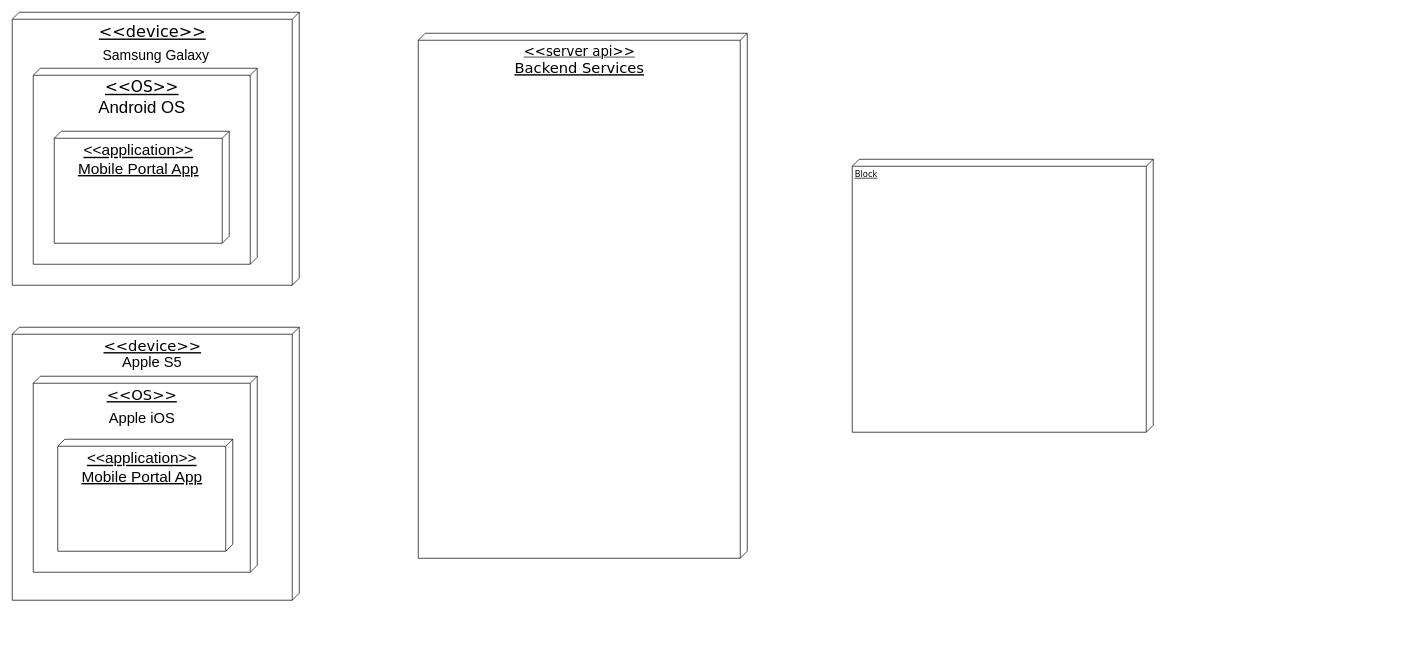
SahanChan/x keeps this draw.io diagram as testDir/Untitled Diagram.drawio. Above is the earlier version. Source tidied: cells renumbered, new cells numbered last; positions are measured from the earlier drawing's top-left corner, leaving out a move shared by most shapes. Both pictures are drawn from the tidied source at 70%, with x=0, y=0 at pixel (12, 12).
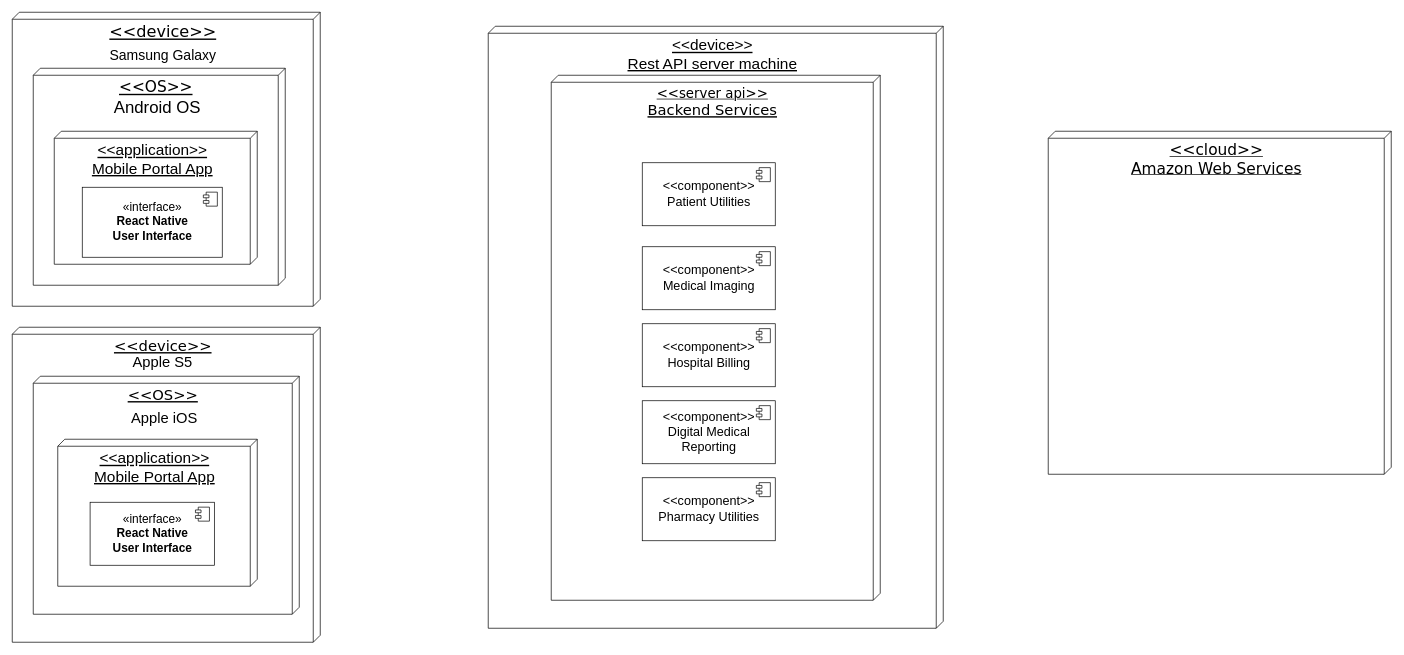
The same page after the edit.

The edit, as a diff of the source:
```diff
@@
+    <mxCell id="14" value="&lt;div style=&quot;font-size: 22px&quot;&gt;&lt;font style=&quot;font-size: 22px&quot;&gt;&amp;lt;&amp;lt;device&amp;gt;&amp;gt;&lt;/font&gt;&lt;/div&gt;&lt;div style=&quot;font-size: 22px&quot;&gt;&lt;font style=&quot;font-size: 22px&quot;&gt;Rest API server machine&lt;br&gt;&lt;/font&gt;&lt;/div&gt;" style="verticalAlign=top;align=center;spacingTop=8;spacingLeft=2;spacingRight=12;shape=cube;size=10;direction=south;fontStyle=4;html=1;" parent="1" vertex="1">
+      <mxGeometry x="680" y="20" width="650" height="860" as="geometry" />
+    </mxCell>
     <mxCell id="2" value="&lt;div&gt;&lt;font style=&quot;font-size: 19px&quot;&gt;&amp;lt;&amp;lt;server api&amp;gt;&amp;gt;&lt;/font&gt;&lt;br&gt;&lt;/div&gt;&lt;div style=&quot;font-size: 21px&quot; align=&quot;center&quot;&gt;&lt;font style=&quot;font-size: 21px&quot;&gt;Backend Services&lt;/font&gt;&lt;/div&gt;" style="verticalAlign=top;align=center;spacingTop=8;spacingLeft=2;spacingRight=12;shape=cube;size=10;direction=south;fontStyle=4;html=1;rounded=0;shadow=0;comic=0;labelBackgroundColor=none;strokeWidth=1;fontFamily=Verdana;fontSize=12;" parent="1" vertex="1">
-      <mxGeometry x="580" y="30" width="470" height="750" as="geometry" />
+      <mxGeometry x="770" y="90" width="470" height="750" as="geometry" />
     </mxCell>
-    <mxCell id="3" value="Block" style="verticalAlign=top;align=left;spacingTop=8;spacingLeft=2;spacingRight=12;shape=cube;size=10;direction=south;fontStyle=4;html=1;rounded=0;shadow=0;comic=0;labelBackgroundColor=none;strokeWidth=1;fontFamily=Verdana;fontSize=12;" parent="1" vertex="1">
-      <mxGeometry x="1200" y="210" width="430" height="390" as="geometry" />
+    <mxCell id="3" value="&lt;div align=&quot;center&quot;&gt;&lt;font style=&quot;font-size: 22px&quot;&gt;&amp;lt;&amp;lt;cloud&amp;gt;&amp;gt;&lt;/font&gt;&lt;/div&gt;&lt;div align=&quot;center&quot;&gt;&lt;font style=&quot;font-size: 22px&quot;&gt;Amazon Web Services&lt;br&gt;&lt;/font&gt;&lt;/div&gt;" style="verticalAlign=top;align=center;spacingTop=8;spacingLeft=2;spacingRight=12;shape=cube;size=10;direction=south;fontStyle=4;html=1;rounded=0;shadow=0;comic=0;labelBackgroundColor=none;strokeWidth=1;fontFamily=Verdana;fontSize=12;" parent="1" vertex="1">
+      <mxGeometry x="1480" y="170" width="490" height="490" as="geometry" />
     </mxCell>
     <mxCell id="4" value="&lt;div style=&quot;font-size: 23px&quot; align=&quot;center&quot;&gt;&lt;font style=&quot;font-size: 23px&quot;&gt;&amp;lt;&amp;lt;device&amp;gt;&amp;gt;&lt;/font&gt;&lt;/div&gt;&lt;div style=&quot;font-size: 23px&quot; align=&quot;center&quot;&gt;&lt;font style=&quot;font-size: 23px&quot;&gt;&lt;br&gt;&lt;/font&gt;&lt;/div&gt;" style="verticalAlign=top;align=center;spacingTop=8;spacingLeft=2;spacingRight=12;shape=cube;size=10;direction=south;fontStyle=4;html=1;rounded=0;shadow=0;comic=0;labelBackgroundColor=none;strokeWidth=1;fontFamily=Verdana;fontSize=12;" parent="1" vertex="1">
-      <mxGeometry width="410" height="390" as="geometry" />
+      <mxGeometry width="440" height="420" as="geometry" />
     </mxCell>
     <mxCell id="5" value="&lt;div style=&quot;font-size: 22px&quot; align=&quot;center&quot;&gt;&lt;font style=&quot;font-size: 22px&quot;&gt;&amp;lt;&amp;lt;OS&amp;gt;&amp;gt;&lt;/font&gt;&lt;/div&gt;&lt;div style=&quot;font-size: 22px&quot; align=&quot;center&quot;&gt;&lt;font style=&quot;font-size: 22px&quot;&gt;&lt;br&gt;&lt;/font&gt;&lt;/div&gt;" style="verticalAlign=top;align=center;spacingTop=8;spacingLeft=2;spacingRight=12;shape=cube;size=10;direction=south;fontStyle=4;html=1;rounded=0;shadow=0;comic=0;labelBackgroundColor=none;strokeWidth=1;fontFamily=Verdana;fontSize=12;" parent="1" vertex="1">
-      <mxGeometry x="30" y="80" width="320" height="280" as="geometry" />
+      <mxGeometry x="30" y="80" width="360" height="310" as="geometry" />
     </mxCell>
     <mxCell id="6" value="&lt;div style=&quot;font-size: 24px&quot;&gt;&lt;font style=&quot;font-size: 24px&quot;&gt;Android OS&lt;/font&gt;&lt;/div&gt;&lt;div style=&quot;font-size: 24px&quot;&gt;&lt;font style=&quot;font-size: 24px&quot;&gt;&lt;br&gt;&lt;/font&gt;&lt;/div&gt;" style="text;html=1;strokeColor=none;fillColor=none;align=center;verticalAlign=middle;whiteSpace=wrap;rounded=0;" parent="1" vertex="1">
-      <mxGeometry x="102.5" y="140" width="165" height="20" as="geometry" />
+      <mxGeometry x="125" y="140" width="165" height="20" as="geometry" />
     </mxCell>
     <mxCell id="7" value="&lt;font style=&quot;font-size: 20px&quot;&gt;Samsung Galaxy&lt;/font&gt;" style="text;html=1;strokeColor=none;fillColor=none;align=center;verticalAlign=middle;whiteSpace=wrap;rounded=0;" parent="1" vertex="1">
-      <mxGeometry x="112.5" y="50" width="185" height="20" as="geometry" />
+      <mxGeometry x="122.5" y="50" width="185" height="20" as="geometry" />
     </mxCell>
     <mxCell id="8" value="&lt;div style=&quot;font-size: 21px&quot; align=&quot;center&quot;&gt;&lt;font style=&quot;font-size: 21px&quot;&gt;&amp;lt;&amp;lt;device&amp;gt;&amp;gt;&lt;/font&gt;&lt;/div&gt;&lt;div style=&quot;font-size: 21px&quot; align=&quot;center&quot;&gt;&lt;font style=&quot;font-size: 21px&quot;&gt;&lt;br&gt;&lt;/font&gt;&lt;/div&gt;" style="verticalAlign=top;align=center;spacingTop=8;spacingLeft=2;spacingRight=12;shape=cube;size=10;direction=south;fontStyle=4;html=1;rounded=0;shadow=0;comic=0;labelBackgroundColor=none;strokeWidth=1;fontFamily=Verdana;fontSize=12;" parent="1" vertex="1">
-      <mxGeometry y="450" width="410" height="390" as="geometry" />
+      <mxGeometry y="450" width="440" height="450" as="geometry" />
     </mxCell>
     <mxCell id="9" value="&lt;div style=&quot;font-size: 21px&quot; align=&quot;center&quot;&gt;&lt;font style=&quot;font-size: 21px&quot;&gt;&amp;lt;&amp;lt;OS&amp;gt;&amp;gt;&lt;/font&gt;&lt;/div&gt;&lt;div style=&quot;font-size: 21px&quot; align=&quot;center&quot;&gt;&lt;font style=&quot;font-size: 21px&quot;&gt;&lt;br&gt;&lt;/font&gt;&lt;/div&gt;" style="verticalAlign=top;align=center;spacingTop=8;spacingLeft=2;spacingRight=12;shape=cube;size=10;direction=south;fontStyle=4;html=1;rounded=0;shadow=0;comic=0;labelBackgroundColor=none;strokeWidth=1;fontFamily=Verdana;fontSize=12;" parent="1" vertex="1">
-      <mxGeometry x="30" y="520" width="320" height="280" as="geometry" />
+      <mxGeometry x="30" y="520" width="380" height="340" as="geometry" />
     </mxCell>
     <mxCell id="10" value="&lt;font style=&quot;font-size: 21px&quot;&gt;Apple iOS&lt;/font&gt;" style="text;html=1;strokeColor=none;fillColor=none;align=center;verticalAlign=middle;whiteSpace=wrap;rounded=0;" parent="1" vertex="1">
-      <mxGeometry x="127.5" y="570" width="115" height="20" as="geometry" />
+      <mxGeometry x="160" y="570" width="115" height="20" as="geometry" />
     </mxCell>
     <mxCell id="11" value="&lt;font style=&quot;font-size: 21px&quot;&gt;Apple S5&lt;/font&gt;" style="text;html=1;strokeColor=none;fillColor=none;align=center;verticalAlign=middle;whiteSpace=wrap;rounded=0;" parent="1" vertex="1">
-      <mxGeometry x="145" y="490" width="110" height="20" as="geometry" />
+      <mxGeometry x="160" y="490" width="110" height="20" as="geometry" />
     </mxCell>
     <mxCell id="12" value="&lt;div style=&quot;font-size: 22px&quot; align=&quot;center&quot;&gt;&lt;font style=&quot;font-size: 22px&quot;&gt;&amp;lt;&amp;lt;application&amp;gt;&amp;gt;&lt;/font&gt;&lt;/div&gt;&lt;div style=&quot;font-size: 22px&quot; align=&quot;center&quot;&gt;&lt;font style=&quot;font-size: 22px&quot;&gt;Mobile Portal App&lt;/font&gt;&lt;/div&gt;&lt;div style=&quot;font-size: 22px&quot; align=&quot;center&quot;&gt;&lt;font style=&quot;font-size: 22px&quot;&gt;&lt;br&gt;&lt;/font&gt;&lt;/div&gt;" style="verticalAlign=top;align=center;spacingTop=8;spacingLeft=2;spacingRight=12;shape=cube;size=10;direction=south;fontStyle=4;html=1;" parent="1" vertex="1">
-      <mxGeometry x="60" y="170" width="250" height="160" as="geometry" />
+      <mxGeometry x="60" y="170" width="290" height="190" as="geometry" />
     </mxCell>
     <mxCell id="13" value="&lt;div style=&quot;font-size: 22px&quot; align=&quot;center&quot;&gt;&lt;font style=&quot;font-size: 22px&quot;&gt;&amp;lt;&amp;lt;application&amp;gt;&amp;gt;&lt;/font&gt;&lt;/div&gt;&lt;div style=&quot;font-size: 22px&quot; align=&quot;center&quot;&gt;&lt;font style=&quot;font-size: 22px&quot;&gt;Mobile Portal App&lt;/font&gt;&lt;/div&gt;&lt;div style=&quot;font-size: 22px&quot; align=&quot;center&quot;&gt;&lt;font style=&quot;font-size: 22px&quot;&gt;&lt;br&gt;&lt;/font&gt;&lt;/div&gt;" style="verticalAlign=top;align=center;spacingTop=8;spacingLeft=2;spacingRight=12;shape=cube;size=10;direction=south;fontStyle=4;html=1;" parent="1" vertex="1">
-      <mxGeometry x="65" y="610" width="250" height="160" as="geometry" />
+      <mxGeometry x="65" y="610" width="285" height="210" as="geometry" />
     </mxCell>
+    <mxCell id="15" value="&lt;div style=&quot;font-size: 18px&quot;&gt;&lt;font style=&quot;font-size: 18px&quot;&gt;&amp;lt;&amp;lt;component&amp;gt;&amp;gt;&lt;/font&gt;&lt;/div&gt;&lt;div style=&quot;font-size: 18px&quot;&gt;&lt;font style=&quot;font-size: 18px&quot;&gt;Patient Utilities&lt;br&gt;&lt;/font&gt;&lt;/div&gt;" style="html=1;" parent="1" vertex="1">
+      <mxGeometry x="900" y="215" width="190" height="90" as="geometry" />
+    </mxCell>
+    <mxCell id="16" style="shape=module;jettyWidth=8;jettyHeight=4;" parent="15" vertex="1">
+      <mxGeometry x="1" width="20" height="20" relative="1" as="geometry">
+        <mxPoint x="-27" y="7" as="offset" />
+      </mxGeometry>
+    </mxCell>
+    <mxCell id="17" value="&lt;div style=&quot;font-size: 18px&quot;&gt;&lt;font style=&quot;font-size: 18px&quot;&gt;&amp;lt;&amp;lt;component&amp;gt;&amp;gt;&lt;/font&gt;&lt;/div&gt;&lt;div style=&quot;font-size: 18px&quot;&gt;&lt;font style=&quot;font-size: 18px&quot;&gt;Medical Imaging&lt;br&gt;&lt;/font&gt;&lt;/div&gt;" style="html=1;" parent="1" vertex="1">
+      <mxGeometry x="900" y="335" width="190" height="90" as="geometry" />
+    </mxCell>
+    <mxCell id="18" style="shape=module;jettyWidth=8;jettyHeight=4;" parent="17" vertex="1">
+      <mxGeometry x="1" width="20" height="20" relative="1" as="geometry">
+        <mxPoint x="-27" y="7" as="offset" />
+      </mxGeometry>
+    </mxCell>
+    <mxCell id="19" value="&lt;div style=&quot;font-size: 18px&quot;&gt;&lt;font style=&quot;font-size: 18px&quot;&gt;&amp;lt;&amp;lt;component&amp;gt;&amp;gt;&lt;/font&gt;&lt;/div&gt;&lt;div style=&quot;font-size: 18px&quot;&gt;&lt;font style=&quot;font-size: 18px&quot;&gt;Hospital Billing&lt;br&gt;&lt;/font&gt;&lt;/div&gt;" style="html=1;" parent="1" vertex="1">
+      <mxGeometry x="900" y="445" width="190" height="90" as="geometry" />
+    </mxCell>
+    <mxCell id="20" style="shape=module;jettyWidth=8;jettyHeight=4;" parent="19" vertex="1">
+      <mxGeometry x="1" width="20" height="20" relative="1" as="geometry">
+        <mxPoint x="-27" y="7" as="offset" />
+      </mxGeometry>
+    </mxCell>
+    <mxCell id="21" value="&lt;div style=&quot;font-size: 18px&quot;&gt;&lt;font style=&quot;font-size: 18px&quot;&gt;&amp;lt;&amp;lt;component&amp;gt;&amp;gt;&lt;/font&gt;&lt;/div&gt;&lt;div style=&quot;font-size: 18px&quot;&gt;&lt;font style=&quot;font-size: 18px&quot;&gt;Digital Medical&lt;/font&gt;&lt;/div&gt;&lt;div style=&quot;font-size: 18px&quot;&gt;&lt;font style=&quot;font-size: 18px&quot;&gt;Reporting&lt;br&gt;&lt;/font&gt;&lt;/div&gt;" style="html=1;" parent="1" vertex="1">
+      <mxGeometry x="900" y="555" width="190" height="90" as="geometry" />
+    </mxCell>
+    <mxCell id="22" style="shape=module;jettyWidth=8;jettyHeight=4;" parent="21" vertex="1">
+      <mxGeometry x="1" width="20" height="20" relative="1" as="geometry">
+        <mxPoint x="-27" y="7" as="offset" />
+      </mxGeometry>
+    </mxCell>
+    <mxCell id="23" value="&lt;div style=&quot;font-size: 18px&quot;&gt;&lt;font style=&quot;font-size: 18px&quot;&gt;&amp;lt;&amp;lt;component&amp;gt;&amp;gt;&lt;/font&gt;&lt;/div&gt;&lt;div style=&quot;font-size: 18px&quot;&gt;&lt;font style=&quot;font-size: 18px&quot;&gt;Pharmacy Utilities&lt;br&gt;&lt;/font&gt;&lt;/div&gt;" style="html=1;" parent="1" vertex="1">
+      <mxGeometry x="900" y="665" width="190" height="90" as="geometry" />
+    </mxCell>
+    <mxCell id="24" style="shape=module;jettyWidth=8;jettyHeight=4;" parent="23" vertex="1">
+      <mxGeometry x="1" width="20" height="20" relative="1" as="geometry">
+        <mxPoint x="-27" y="7" as="offset" />
+      </mxGeometry>
+    </mxCell>
+    <mxCell id="25" value="&lt;div style=&quot;font-size: 17px&quot;&gt;&lt;font style=&quot;font-size: 17px&quot;&gt;«interface»&lt;/font&gt;&lt;/div&gt;&lt;div style=&quot;font-size: 17px&quot;&gt;&lt;font style=&quot;font-size: 17px&quot;&gt;&lt;b&gt;React Native &lt;br&gt;&lt;/b&gt;&lt;/font&gt;&lt;/div&gt;&lt;div style=&quot;font-size: 17px&quot;&gt;&lt;font style=&quot;font-size: 17px&quot;&gt;&lt;b&gt;User Interface&lt;/b&gt;&lt;br&gt;&lt;/font&gt;&lt;/div&gt;" style="html=1;" parent="1" vertex="1">
+      <mxGeometry x="100" y="250" width="200" height="100" as="geometry" />
+    </mxCell>
+    <mxCell id="26" style="shape=module;jettyWidth=8;jettyHeight=4;" parent="25" vertex="1">
+      <mxGeometry x="1" width="20" height="20" relative="1" as="geometry">
+        <mxPoint x="-27" y="7" as="offset" />
+      </mxGeometry>
+    </mxCell>
+    <mxCell id="27" value="&lt;div style=&quot;font-size: 17px&quot;&gt;&lt;font style=&quot;font-size: 17px&quot;&gt;«interface»&lt;/font&gt;&lt;/div&gt;&lt;div style=&quot;font-size: 17px&quot;&gt;&lt;font style=&quot;font-size: 17px&quot;&gt;&lt;b&gt;React Native &lt;br&gt;&lt;/b&gt;&lt;/font&gt;&lt;/div&gt;&lt;div style=&quot;font-size: 17px&quot;&gt;&lt;font style=&quot;font-size: 17px&quot;&gt;&lt;b&gt;User Interface&lt;/b&gt;&lt;br&gt;&lt;/font&gt;&lt;/div&gt;" style="html=1;" parent="1" vertex="1">
+      <mxGeometry x="111.2" y="700" width="177.5" height="90" as="geometry" />
+    </mxCell>
+    <mxCell id="28" style="shape=module;jettyWidth=8;jettyHeight=4;" parent="27" vertex="1">
+      <mxGeometry x="1" width="20" height="20" relative="1" as="geometry">
+        <mxPoint x="-27" y="7" as="offset" />
+      </mxGeometry>
+    </mxCell>
```
